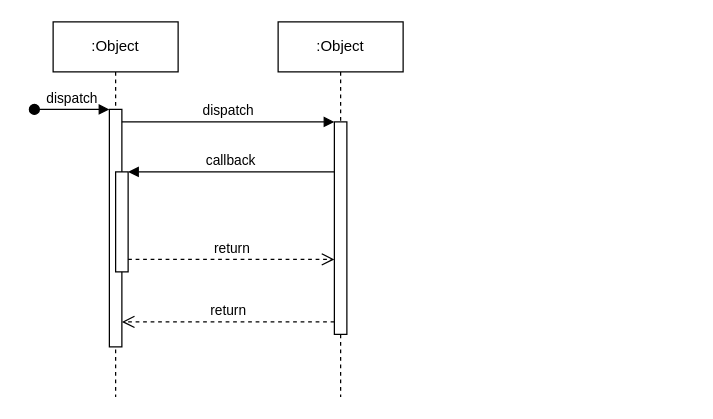
Earlier version of the draw.io diagram 제목 없는 다이어그램.drawio (SSWU-light-2021/kiosk_UML). Source tidied: cells renumbered, new cells numbered last; positions are measured from the earlier drawing's top-left corner, leaving out a move shared by most shapes. Both pictures are drawn from the tidied source at 125%, with x=0, y=0 at pixel (34, 21).
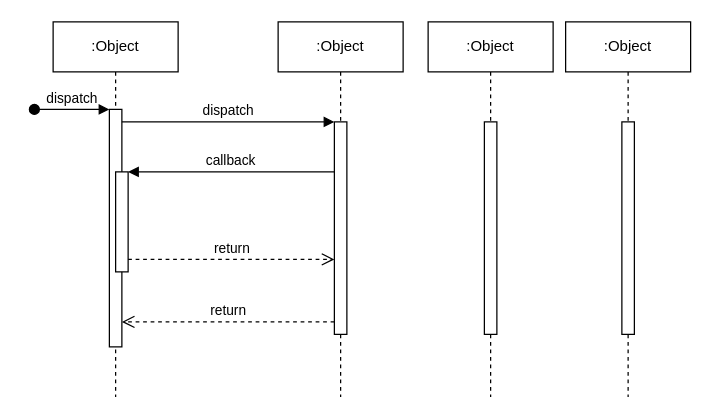
Above is the later version.

Commit message:
제목 없는 다이어그램.drawio 업데이트

Diff of the diagram source:
```diff
@@
+    <mxCell id="12" value=":Object" style="shape=umlLifeline;perimeter=lifelinePerimeter;whiteSpace=wrap;html=1;newEdgeStyle={&quot;edgeStyle&quot;:&quot;elbowEdgeStyle&quot;,&quot;elbow&quot;:&quot;vertical&quot;,&quot;curved&quot;:0,&quot;rounded&quot;:0};" parent="1" vertex="1">
+      <mxGeometry x="315" width="100" height="300" as="geometry" />
+    </mxCell>
+    <mxCell id="13" style="html=1;perimeter=orthogonalPerimeter;targetShapes=umlLifeline;newEdgeStyle={&quot;edgeStyle&quot;:&quot;elbowEdgeStyle&quot;,&quot;elbow&quot;:&quot;vertical&quot;,&quot;curved&quot;:0,&quot;rounded&quot;:0};" parent="12" vertex="1">
+      <mxGeometry x="45" y="80" width="10" height="170" as="geometry" />
+    </mxCell>
+    <mxCell id="14" value=":Object" style="shape=umlLifeline;perimeter=lifelinePerimeter;whiteSpace=wrap;html=1;newEdgeStyle={&quot;edgeStyle&quot;:&quot;elbowEdgeStyle&quot;,&quot;elbow&quot;:&quot;vertical&quot;,&quot;curved&quot;:0,&quot;rounded&quot;:0};" parent="1" vertex="1">
+      <mxGeometry x="425" width="100" height="300" as="geometry" />
+    </mxCell>
+    <mxCell id="15" style="html=1;perimeter=orthogonalPerimeter;targetShapes=umlLifeline;newEdgeStyle={&quot;edgeStyle&quot;:&quot;elbowEdgeStyle&quot;,&quot;elbow&quot;:&quot;vertical&quot;,&quot;curved&quot;:0,&quot;rounded&quot;:0};" parent="14" vertex="1">
+      <mxGeometry x="45" y="80" width="10" height="170" as="geometry" />
+    </mxCell>
```
